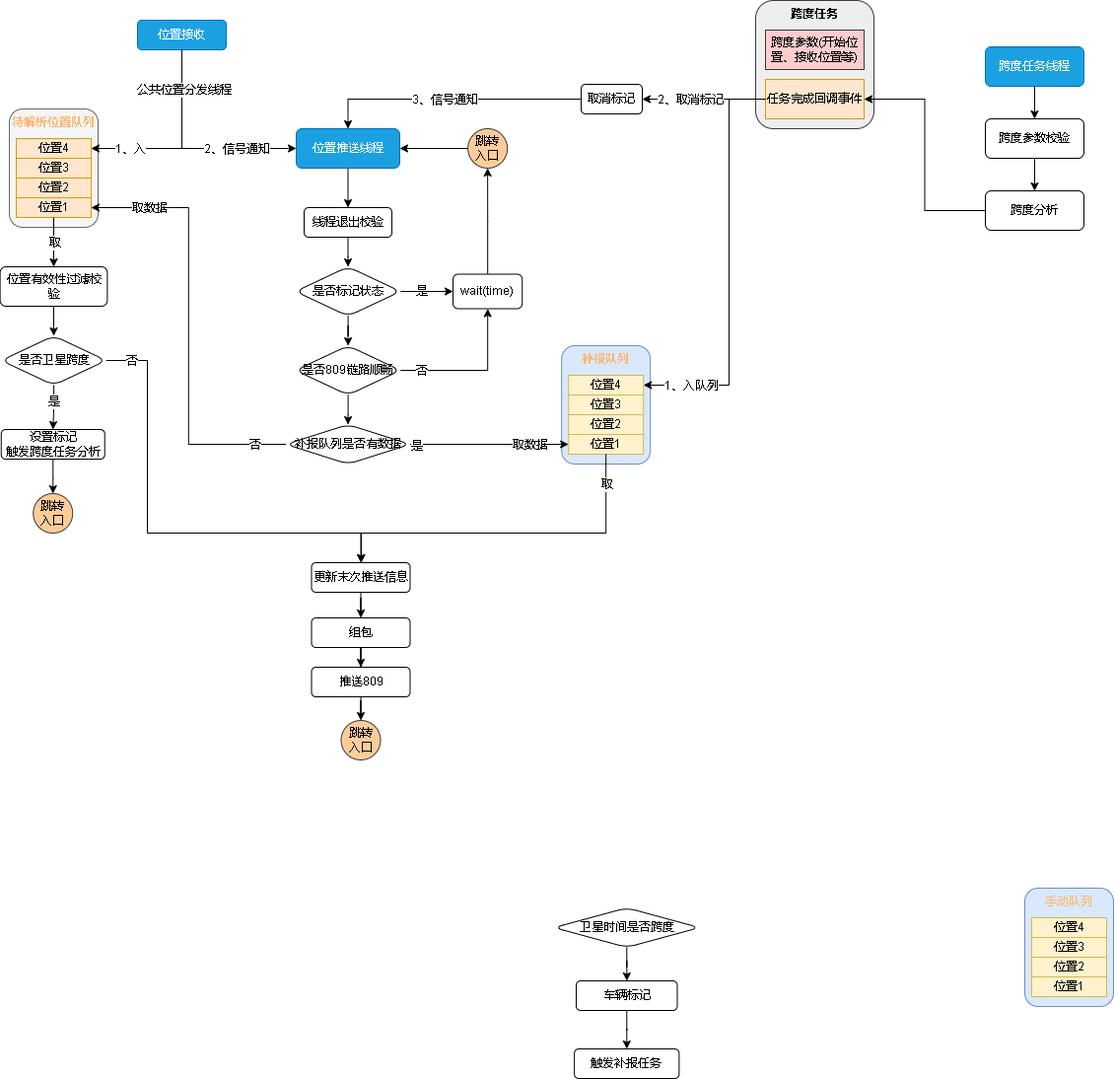
Before: 809数据跨度.drawio.png, a diagram exported from draw.io (xktder/draw). Source tidied: cells renumbered, new cells last; positions are measured from the earlier drawing's top-left corner, leaving out a move shared by most shapes.
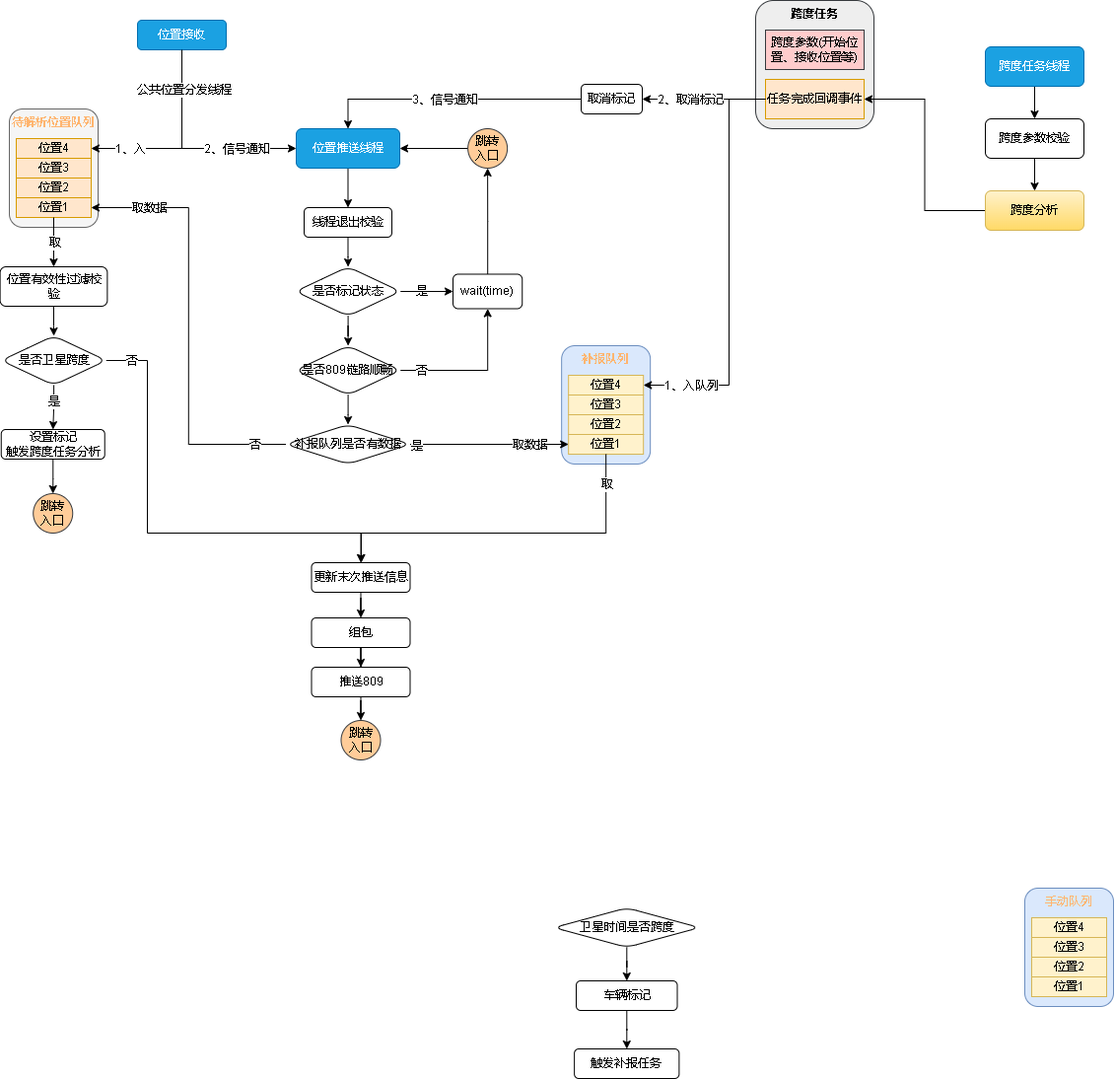
The same diagram one commit later.

Commit message:
更新809数据跨度.drawio.png

Change to the diagram source:
```diff
@@ -318,7 +318,7 @@
     <mxCell id="90" style="edgeStyle=orthogonalEdgeStyle;rounded=0;jettySize=auto;html=1;entryX=1;entryY=0.5;entryDx=0;entryDy=0;fontColor=#000000;" parent="1" edge="1" source="91" target="78">
       <mxGeometry relative="1" as="geometry" />
     </mxCell>
-    <mxCell id="91" value="跨度分析" style="whiteSpace=wrap;html=1;fontColor=#000000;rounded=1;" parent="1" vertex="1">
+    <mxCell id="91" value="跨度分析" style="whiteSpace=wrap;html=1;rounded=1;fillColor=#fff2cc;gradientColor=#ffd966;strokeColor=#d6b656;" parent="1" vertex="1">
       <mxGeometry x="999" y="193" width="100" height="40" as="geometry" />
     </mxCell>
   </root>
```
